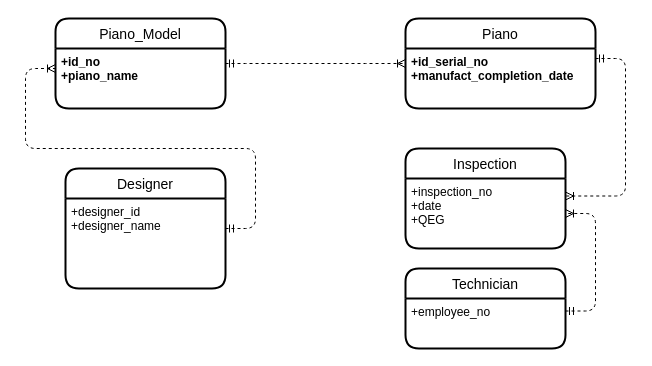
Before: er_diagram_piano.drawio in meetsomto/dbs, a draw.io diagram. Source tidied: cells renumbered, new cells numbered last; positions are measured from the earlier drawing's top-left corner, leaving out a move shared by most shapes. Both pictures are drawn from the tidied source at 100%, with x=0, y=0 at pixel (55, 18).
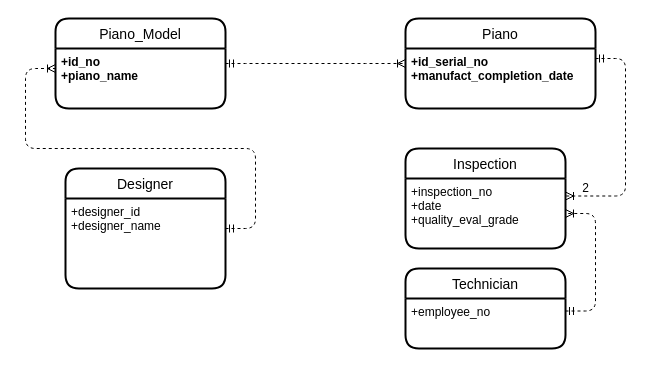
Above is the later version.

Commit message:
added cardinality of inspection

Unchanged cells that the change refers to:
```xml
<mxCell id="11" value="Inspection" style="swimlane;horizontal=1;startSize=30;rounded=1;fontSize=14;fontStyle=0;strokeWidth=2;shadow=0;dashed=0;align=center;" parent="1" vertex="1">
  <mxGeometry x="350" y="130" width="160" height="100" as="geometry" />
</mxCell>
```

Change to the diagram source:
```diff
@@
-    <mxCell id="12" value="+inspection_no&#10;+date&#10;+QEG" style="align=left;strokeColor=none;fillColor=none;spacingLeft=4;fontSize=12;verticalAlign=top;" parent="11" vertex="1">
+    <mxCell id="12" value="+inspection_no&#10;+date&#10;+quality_eval_grade" style="align=left;strokeColor=none;fillColor=none;spacingLeft=4;fontSize=12;verticalAlign=top;" parent="11" vertex="1">
       <mxGeometry y="30" width="160" height="70" as="geometry" />
     </mxCell>
@@
+    <mxCell id="17" value="2" style="text;html=1;align=center;verticalAlign=middle;" parent="1" vertex="1">
+      <mxGeometry x="520" y="160" width="20" height="20" as="geometry" />
+    </mxCell>
```
